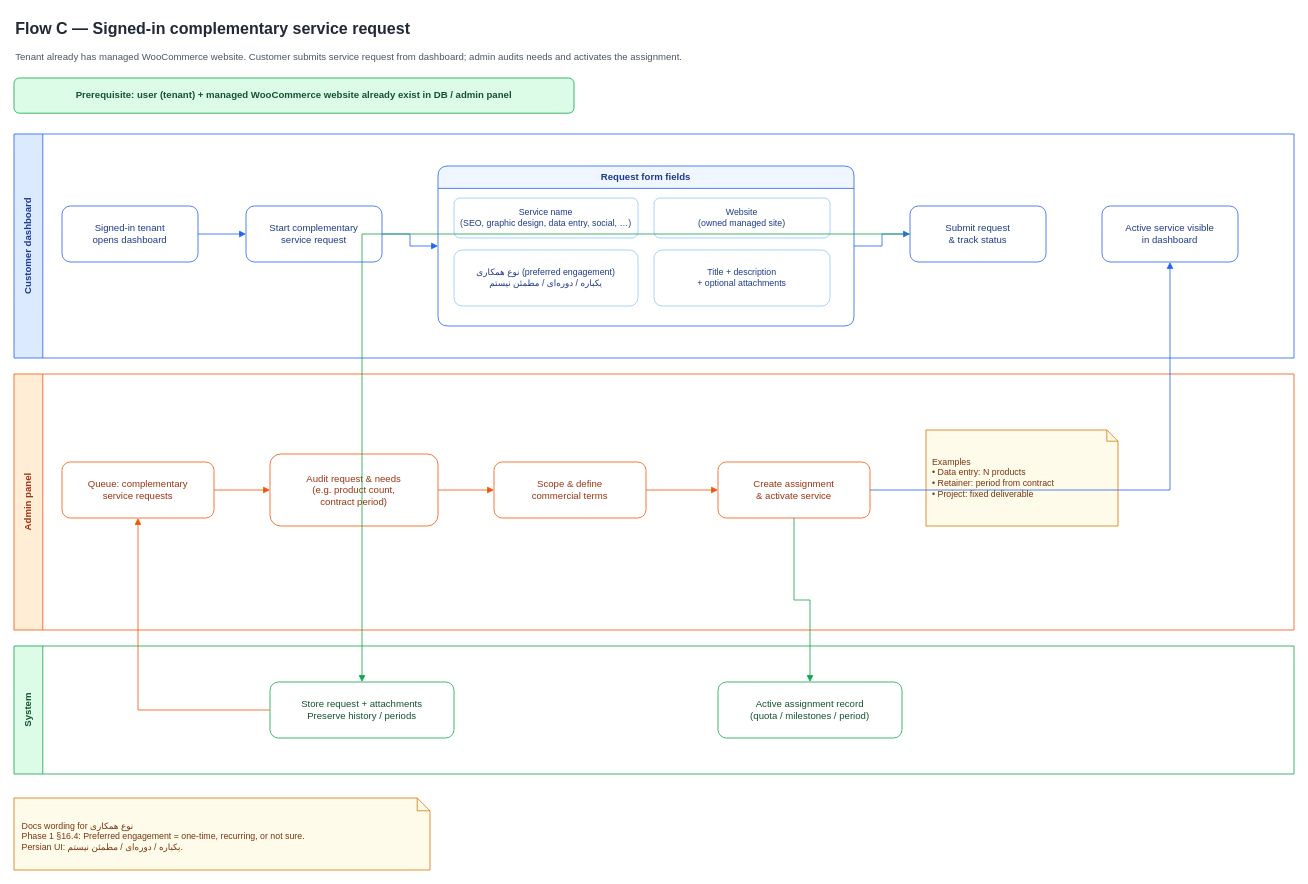
Above: page "Flow C — Complementary service" (4 of 4) of docs/product/diagrams/user-flows.drawio in arvin-ramezani/unixsee-monorepo (draw.io), before the change. Source tidied: cells renumbered, new cells numbered last; positions are measured from the earlier drawing's top-left corner, leaving out a move shared by most shapes. Both pictures are drawn from the tidied source at 80%, with x=0, y=0 at pixel (14, 14).
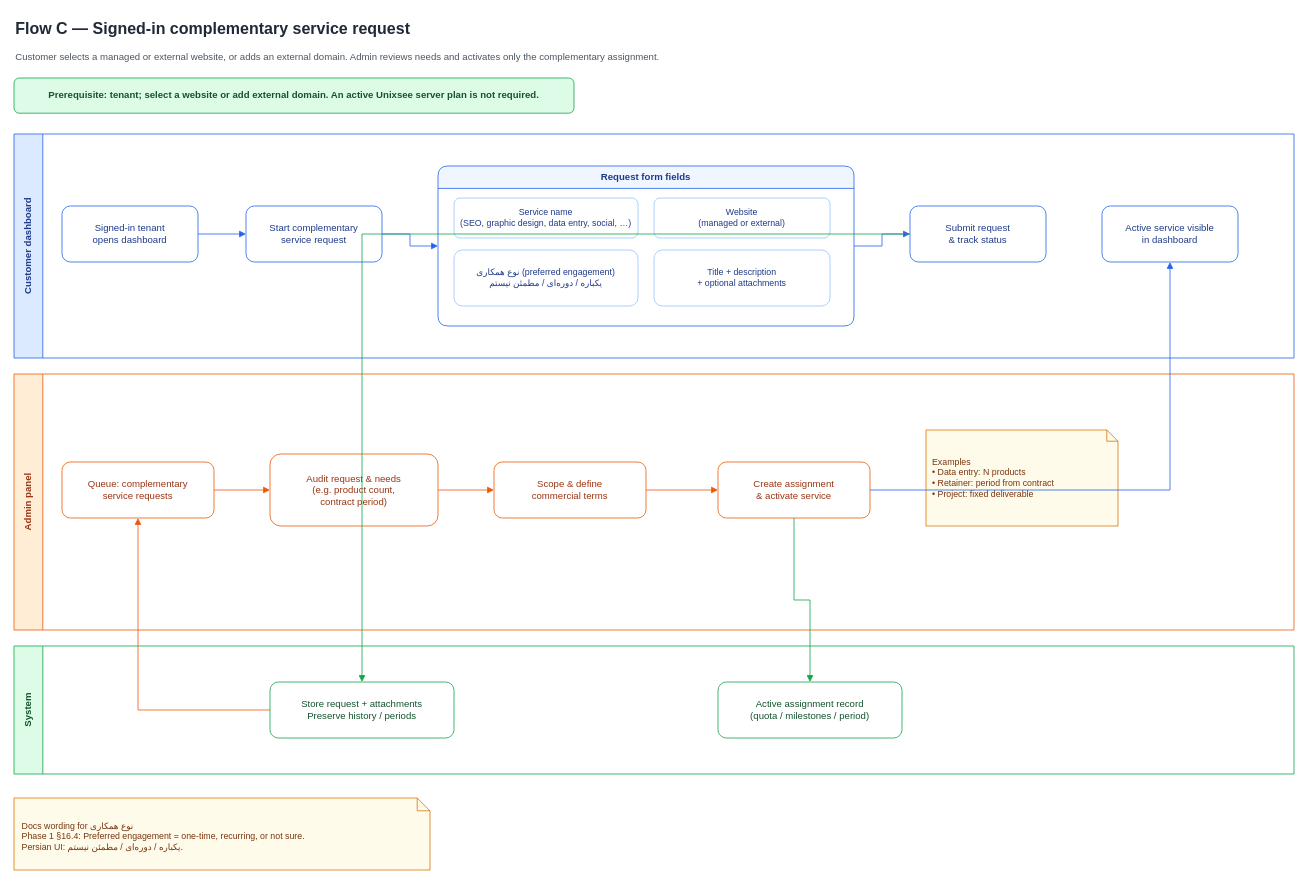
The same diagram, later.

The change refers to these unchanged cells:
```xml
<mxCell id="10" value="Request form fields" style="swimlane;rounded=1;whiteSpace=wrap;html=1;fillColor=#EFF6FF;strokeColor=#2563EB;fontStyle=1;fontColor=#1E3A8A;startSize=28;" parent="5" vertex="1">
  <mxGeometry x="530" y="40" width="520" height="200" as="geometry" />
</mxCell>
```

What changed in the source:
```diff
@@
-    <mxCell id="3" value="Tenant already has managed WooCommerce website. Customer submits service request from dashboard; admin audits needs and activates the assignment." style="text;html=1;strokeColor=none;fillColor=none;align=left;verticalAlign=middle;fontSize=12;fontColor=#4B5563;" parent="1" vertex="1">
+    <mxCell id="3" value="Customer selects a managed or external website, or adds an external domain. Admin reviews needs and activates only the complementary assignment." style="text;html=1;strokeColor=none;fillColor=none;align=left;verticalAlign=middle;fontSize=12;fontColor=#4B5563;" parent="1" vertex="1">
       <mxGeometry y="36" width="1100" height="36" as="geometry" />
     </mxCell>
-    <mxCell id="4" value="Prerequisite: user (tenant) + managed WooCommerce website already exist in DB / admin panel" style="rounded=1;whiteSpace=wrap;html=1;fillColor=#DCFCE7;strokeColor=#16A34A;fontColor=#14532D;fontStyle=1;" parent="1" vertex="1">
+    <mxCell id="4" value="Prerequisite: tenant; select a website or add external domain. An active Unixsee server plan is not required." style="rounded=1;whiteSpace=wrap;html=1;fillColor=#DCFCE7;strokeColor=#16A34A;fontColor=#14532D;fontStyle=1;" parent="1" vertex="1">
       <mxGeometry y="80" width="700" height="44" as="geometry" />
     </mxCell>
@@
-    <mxCell id="12" value="Website&#10;(owned managed site)" style="rounded=1;whiteSpace=wrap;html=1;fillColor=#FFFFFF;strokeColor=#93C5FD;fontColor=#1E3A8A;fontSize=11;" parent="10" vertex="1">
+    <mxCell id="12" value="Website&#10;(managed or external)" style="rounded=1;whiteSpace=wrap;html=1;fillColor=#FFFFFF;strokeColor=#93C5FD;fontColor=#1E3A8A;fontSize=11;" parent="10" vertex="1">
       <mxGeometry x="270" y="40" width="220" height="50" as="geometry" />
     </mxCell>
```
